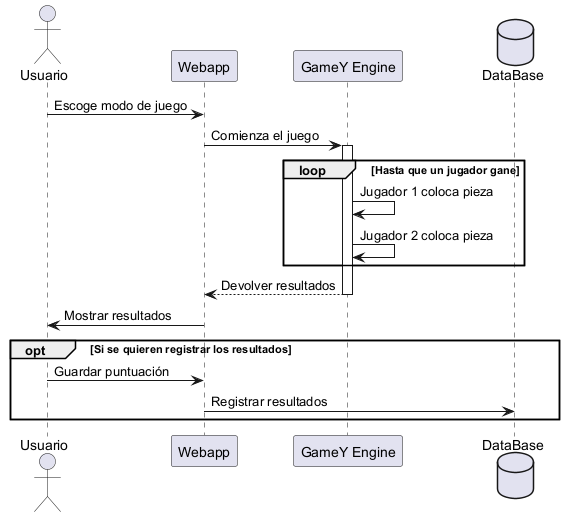
Earlier version of the PlantUML export images/secuencia_partida_juego.png (Arquisoft/yovi_es5b).
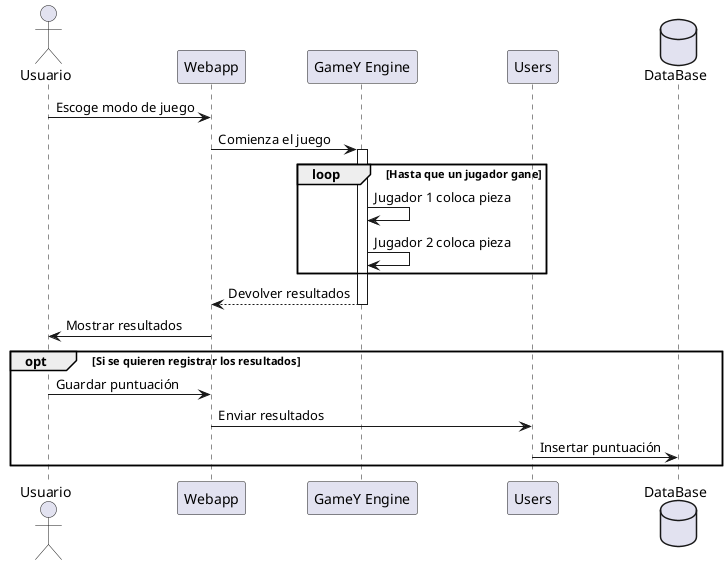
After the commit.

Change to the diagram source:
```diff
@@ -2,6 +2,7 @@
 actor Usuario
 participant Webapp as "Webapp"
 participant GameY as "GameY Engine"
+participant Users as "Users"
 database db as "DataBase"
 
 Usuario -> Webapp: Escoge modo de juego
@@ -19,7 +20,8 @@
 
 opt Si se quieren registrar los resultados
 Usuario -> Webapp: Guardar puntuación
-Webapp -> db: Registrar resultados
+Webapp -> Users: Enviar resultados
+Users -> db: Insertar puntuación
 
 end
 @enduml
```
